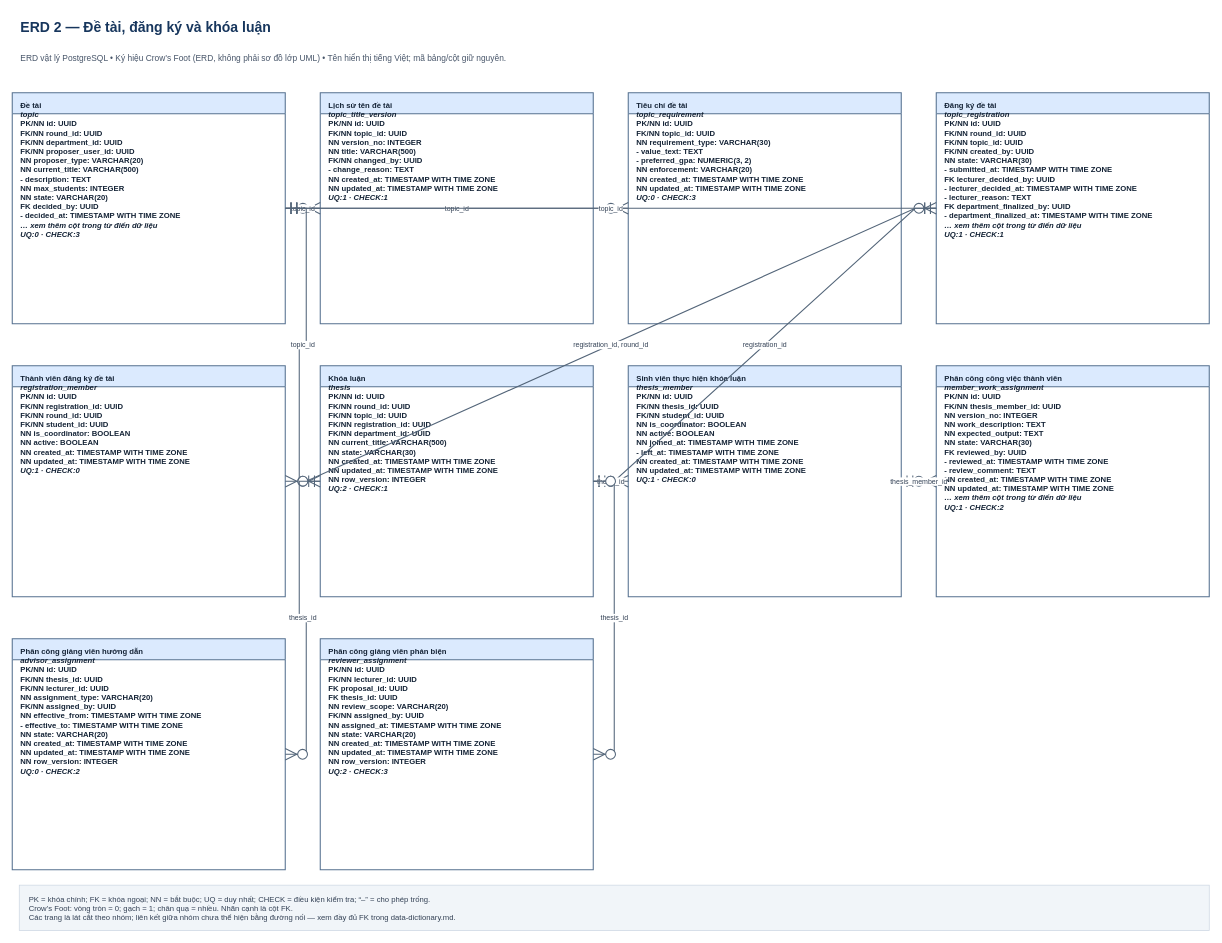
Earlier version of the draw.io diagram page "ERD 2 — Đề tài, đăng ký và khóa luận" (2 of 5) of docs/design/erd-for-advisor.drawio (MingJien/kltn-management-ai). Source tidied: cells renumbered, new cells numbered last; positions are measured from the earlier drawing's top-left corner, leaving out a move shared by most shapes. Both pictures are drawn from the tidied source at 70%, with x=0, y=0 at pixel (12, 12).
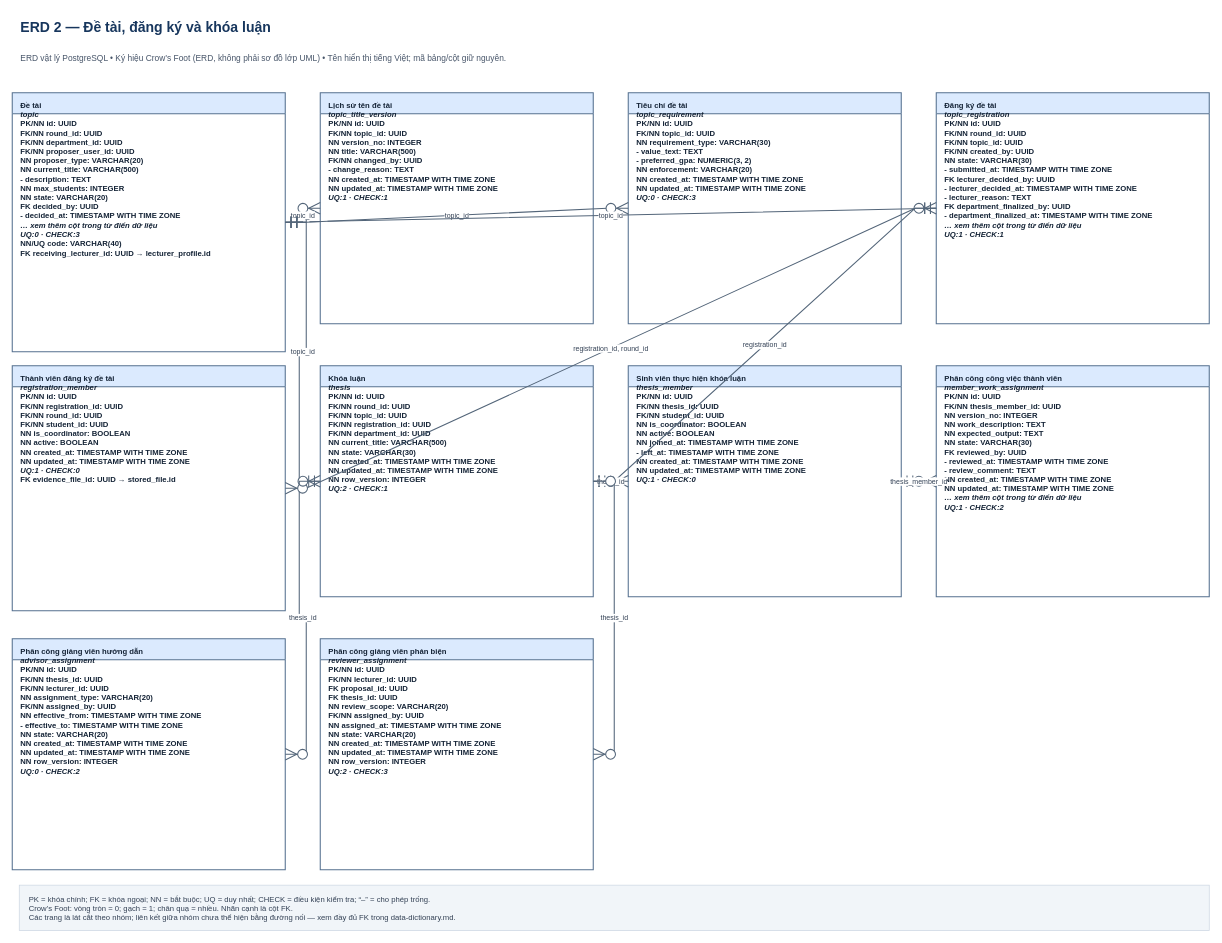
The same page after the edit.

Change to the diagram source:
```diff
@@
-    <mxCell id="2" value="&lt;b&gt;Đề tài&lt;/b&gt;&lt;br&gt;&lt;i&gt;topic&lt;/i&gt;&lt;br&gt;PK/NN id: UUID&lt;br&gt;FK/NN round_id: UUID&lt;br&gt;FK/NN department_id: UUID&lt;br&gt;FK/NN proposer_user_id: UUID&lt;br&gt;NN proposer_type: VARCHAR(20)&lt;br&gt;NN current_title: VARCHAR(500)&lt;br&gt;- description: TEXT&lt;br&gt;NN max_students: INTEGER&lt;br&gt;NN state: VARCHAR(20)&lt;br&gt;FK decided_by: UUID&lt;br&gt;- decided_at: TIMESTAMP WITH TIME ZONE&lt;br&gt;&lt;i&gt;… xem thêm cột trong từ điển dữ liệu&lt;/i&gt;&lt;br&gt;&lt;i&gt;UQ:0 · CHECK:3&lt;/i&gt;" style="swimlane;horizontal=1;startSize=30;whiteSpace=wrap;html=1;fillColor=#dbeafe;swimlaneFillColor=#ffffff;strokeColor=#55708f;strokeWidth=1.5;align=left;verticalAlign=top;spacingLeft=10;spacingTop=5;fontSize=11;fontColor=#142336;shadow=0;rounded=0;" parent="1" vertex="1">
-      <mxGeometry y="115" width="390" height="330" as="geometry" />
+    <mxCell id="2" value="&lt;b&gt;Đề tài&lt;/b&gt;&lt;br&gt;&lt;i&gt;topic&lt;/i&gt;&lt;br&gt;PK/NN id: UUID&lt;br&gt;FK/NN round_id: UUID&lt;br&gt;FK/NN department_id: UUID&lt;br&gt;FK/NN proposer_user_id: UUID&lt;br&gt;NN proposer_type: VARCHAR(20)&lt;br&gt;NN current_title: VARCHAR(500)&lt;br&gt;- description: TEXT&lt;br&gt;NN max_students: INTEGER&lt;br&gt;NN state: VARCHAR(20)&lt;br&gt;FK decided_by: UUID&lt;br&gt;- decided_at: TIMESTAMP WITH TIME ZONE&lt;br&gt;&lt;i&gt;… xem thêm cột trong từ điển dữ liệu&lt;/i&gt;&lt;br&gt;&lt;i&gt;UQ:0 · CHECK:3&lt;/i&gt;&lt;br&gt;NN/UQ code: VARCHAR(40)&lt;br&gt;FK receiving_lecturer_id: UUID → lecturer_profile.id" style="swimlane;horizontal=1;startSize=30;whiteSpace=wrap;html=1;fillColor=#dbeafe;swimlaneFillColor=#ffffff;strokeColor=#55708f;strokeWidth=1.5;align=left;verticalAlign=top;spacingLeft=10;spacingTop=5;fontSize=11;fontColor=#142336;shadow=0;rounded=0;" parent="1" vertex="1">
+      <mxGeometry y="115" width="390" height="370" as="geometry" />
     </mxCell>
@@
-    <mxCell id="6" value="&lt;b&gt;Thành viên đăng ký đề tài&lt;/b&gt;&lt;br&gt;&lt;i&gt;registration_member&lt;/i&gt;&lt;br&gt;PK/NN id: UUID&lt;br&gt;FK/NN registration_id: UUID&lt;br&gt;FK/NN round_id: UUID&lt;br&gt;FK/NN student_id: UUID&lt;br&gt;NN is_coordinator: BOOLEAN&lt;br&gt;NN active: BOOLEAN&lt;br&gt;NN created_at: TIMESTAMP WITH TIME ZONE&lt;br&gt;NN updated_at: TIMESTAMP WITH TIME ZONE&lt;br&gt;&lt;i&gt;UQ:1 · CHECK:0&lt;/i&gt;" style="swimlane;horizontal=1;startSize=30;whiteSpace=wrap;html=1;fillColor=#dbeafe;swimlaneFillColor=#ffffff;strokeColor=#55708f;strokeWidth=1.5;align=left;verticalAlign=top;spacingLeft=10;spacingTop=5;fontSize=11;fontColor=#142336;shadow=0;rounded=0;" parent="1" vertex="1">
-      <mxGeometry y="505" width="390" height="330" as="geometry" />
+    <mxCell id="6" value="&lt;b&gt;Thành viên đăng ký đề tài&lt;/b&gt;&lt;br&gt;&lt;i&gt;registration_member&lt;/i&gt;&lt;br&gt;PK/NN id: UUID&lt;br&gt;FK/NN registration_id: UUID&lt;br&gt;FK/NN round_id: UUID&lt;br&gt;FK/NN student_id: UUID&lt;br&gt;NN is_coordinator: BOOLEAN&lt;br&gt;NN active: BOOLEAN&lt;br&gt;NN created_at: TIMESTAMP WITH TIME ZONE&lt;br&gt;NN updated_at: TIMESTAMP WITH TIME ZONE&lt;br&gt;&lt;i&gt;UQ:1 · CHECK:0&lt;/i&gt;&lt;br&gt;FK evidence_file_id: UUID → stored_file.id" style="swimlane;horizontal=1;startSize=30;whiteSpace=wrap;html=1;fillColor=#dbeafe;swimlaneFillColor=#ffffff;strokeColor=#55708f;strokeWidth=1.5;align=left;verticalAlign=top;spacingLeft=10;spacingTop=5;fontSize=11;fontColor=#142336;shadow=0;rounded=0;" parent="1" vertex="1">
+      <mxGeometry y="505" width="390" height="350" as="geometry" />
     </mxCell>
```
